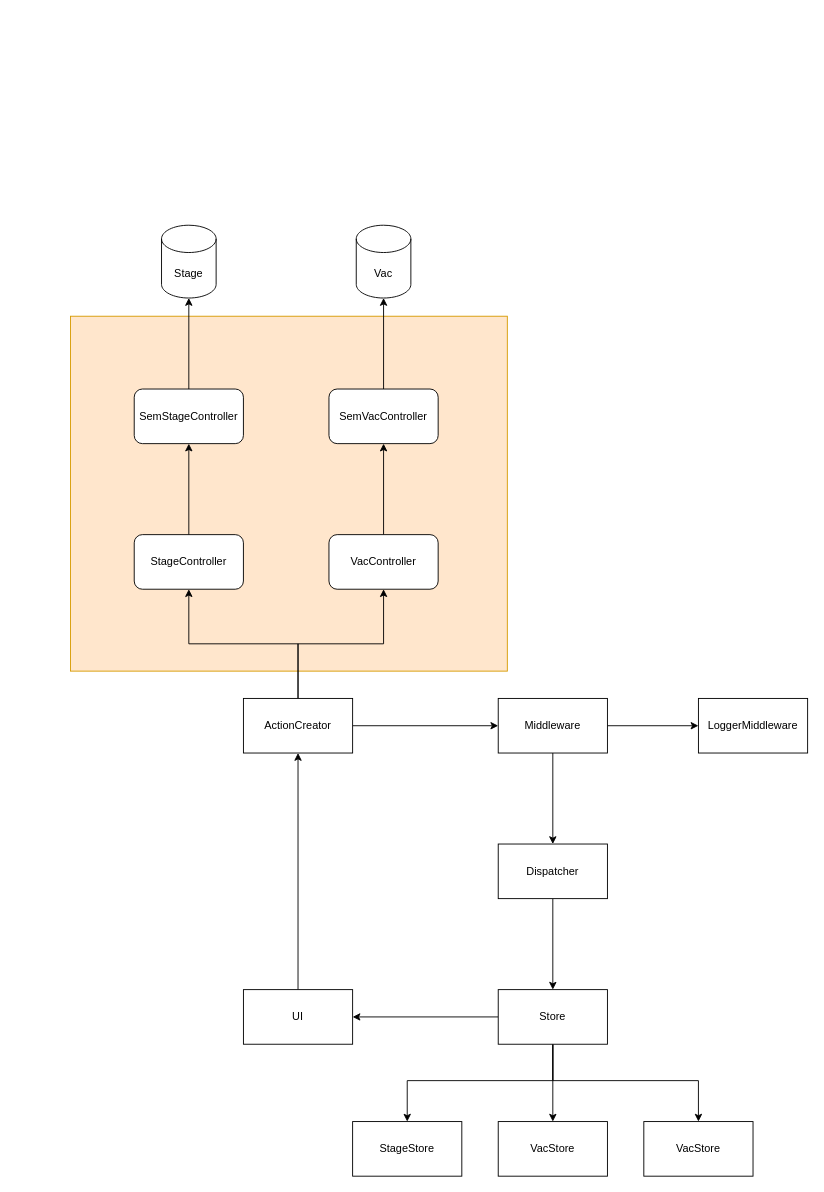
Before: page "Qt Flux" (5 of 5) of 系统结构图.drawio in SolarAA-11/drawio, a draw.io diagram. Source tidied: cells renumbered, new cells numbered last; positions are measured from the earlier drawing's top-left corner, leaving out a move shared by most shapes. Both pictures are drawn from the tidied source at 91%, with x=0, y=0 at pixel (70, 225).
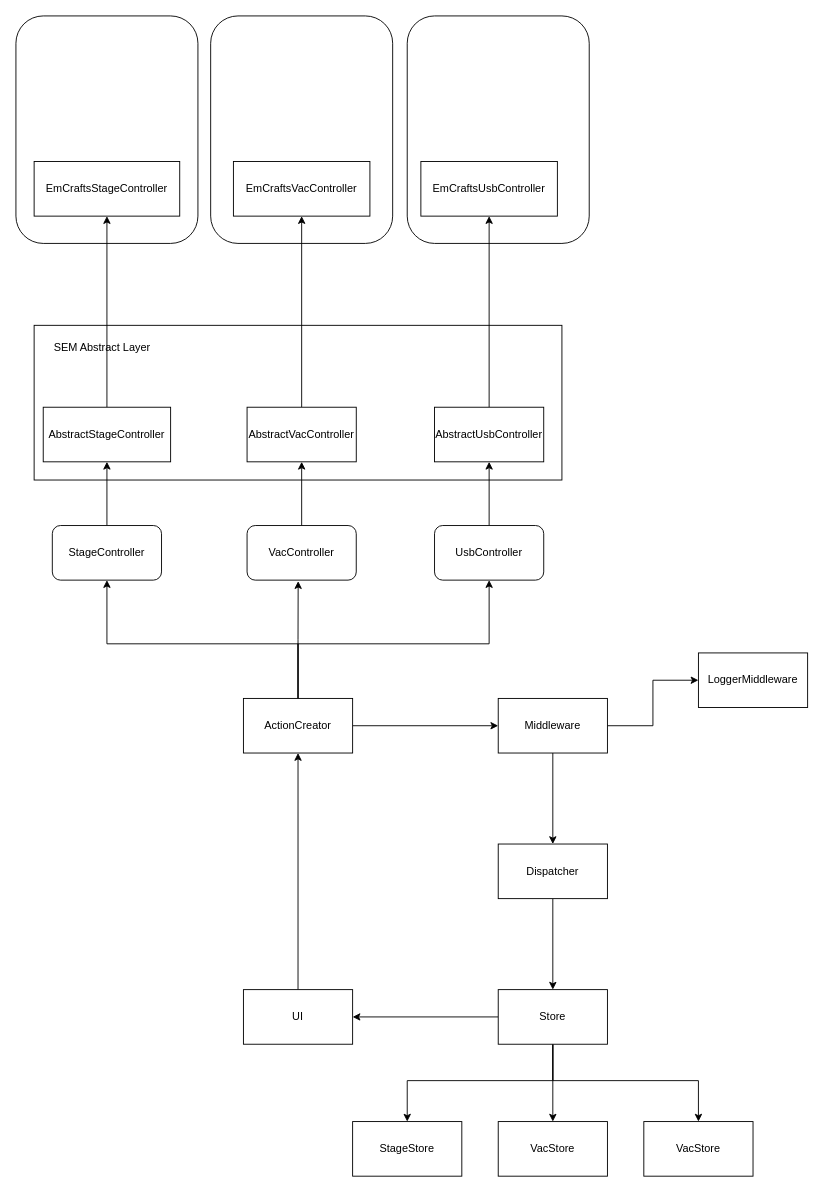
Above is the later version.

Commit message:
更新系统结构图.drawio

Unchanged cells that the change refers to:
```xml
<mxCell id="13" value="ActionCreator" style="rounded=0;whiteSpace=wrap;html=1;" parent="1" vertex="1">
  <mxGeometry x="190" y="520" width="120" height="60" as="geometry" />
</mxCell>
```

Change to the diagram source:
```diff
@@
-    <mxCell id="2" style="rounded=0;whiteSpace=wrap;html=1;fillColor=#ffe6cc;strokeColor=#d79b00;" parent="1" vertex="1">
-      <mxGeometry y="100" width="480" height="390" as="geometry" />
-    </mxCell>
+    <mxCell id="33" style="rounded=1;whiteSpace=wrap;html=1;" parent="1" vertex="1">
+      <mxGeometry x="370" y="-230" width="200" height="250" as="geometry" />
+    </mxCell>
+    <mxCell id="34" style="rounded=1;whiteSpace=wrap;html=1;" parent="1" vertex="1">
+      <mxGeometry x="154" y="-230" width="200" height="250" as="geometry" />
+    </mxCell>
+    <mxCell id="35" style="rounded=1;whiteSpace=wrap;html=1;" parent="1" vertex="1">
+      <mxGeometry x="-60" y="-230" width="200" height="250" as="geometry" />
+    </mxCell>
+    <mxCell id="36" style="rounded=0;whiteSpace=wrap;html=1;" parent="1" vertex="1">
+      <mxGeometry x="-40" y="110" width="580" height="170" as="geometry" />
+    </mxCell>
@@
     <mxCell id="11" style="edgeStyle=orthogonalEdgeStyle;rounded=0;jettySize=auto;html=1;entryX=0.5;entryY=1;entryDx=0;entryDy=0;" parent="1" edge="1" source="13" target="22">
-      <mxGeometry relative="1" as="geometry" />
+      <mxGeometry relative="1" as="geometry">
+        <Array as="points">
+          <mxPoint x="250" y="460" />
+          <mxPoint x="40" y="460" />
+        </Array>
+      </mxGeometry>
     </mxCell>
-    <mxCell id="12" style="edgeStyle=orthogonalEdgeStyle;rounded=0;jettySize=auto;html=1;entryX=0.5;entryY=1;entryDx=0;entryDy=0;" parent="1" edge="1" source="13" target="20">
-      <mxGeometry relative="1" as="geometry" />
-    </mxCell>
+    <mxCell id="37" style="edgeStyle=orthogonalEdgeStyle;rounded=0;jettySize=auto;html=1;entryX=0.5;entryY=1;entryDx=0;entryDy=0;" parent="1" edge="1" source="13" target="41">
+      <mxGeometry relative="1" as="geometry">
+        <Array as="points">
+          <mxPoint x="250" y="460" />
+          <mxPoint x="460" y="460" />
+        </Array>
+      </mxGeometry>
+    </mxCell>
@@
-    <mxCell id="19" style="edgeStyle=orthogonalEdgeStyle;rounded=0;jettySize=auto;html=1;" parent="1" edge="1" source="20" target="24">
-      <mxGeometry relative="1" as="geometry" />
-    </mxCell>
+    <mxCell id="38" style="edgeStyle=orthogonalEdgeStyle;rounded=0;jettySize=auto;html=1;entryX=0.5;entryY=1;entryDx=0;entryDy=0;" parent="1" edge="1" source="20" target="45">
+      <mxGeometry relative="1" as="geometry" />
+    </mxCell>
     <mxCell id="20" value="VacController" style="rounded=1;whiteSpace=wrap;html=1;" parent="1" vertex="1">
-      <mxGeometry x="284" y="340" width="120" height="60" as="geometry" />
+      <mxGeometry x="194" y="330" width="120" height="60" as="geometry" />
     </mxCell>
-    <mxCell id="21" style="edgeStyle=orthogonalEdgeStyle;rounded=0;jettySize=auto;html=1;" parent="1" edge="1" source="22" target="25">
-      <mxGeometry relative="1" as="geometry" />
-    </mxCell>
+    <mxCell id="39" style="edgeStyle=orthogonalEdgeStyle;rounded=0;jettySize=auto;html=1;entryX=0.5;entryY=1;entryDx=0;entryDy=0;" parent="1" edge="1" source="22" target="43">
+      <mxGeometry relative="1" as="geometry" />
+    </mxCell>
     <mxCell id="22" value="StageController" style="rounded=1;whiteSpace=wrap;html=1;" parent="1" vertex="1">
-      <mxGeometry x="70" y="340" width="120" height="60" as="geometry" />
+      <mxGeometry x="-20" y="330" width="120" height="60" as="geometry" />
     </mxCell>
-    <mxCell id="23" style="edgeStyle=orthogonalEdgeStyle;rounded=0;jettySize=auto;html=1;" parent="1" edge="1" source="24" target="26">
-      <mxGeometry relative="1" as="geometry" />
-    </mxCell>
-    <mxCell id="24" value="SemVacController" style="rounded=1;whiteSpace=wrap;html=1;" parent="1" vertex="1">
-      <mxGeometry x="284" y="180" width="120" height="60" as="geometry" />
-    </mxCell>
-    <mxCell id="25" value="SemStageController" style="rounded=1;whiteSpace=wrap;html=1;" parent="1" vertex="1">
-      <mxGeometry x="70" y="180" width="120" height="60" as="geometry" />
-    </mxCell>
-    <mxCell id="26" value="Vac" style="shape=cylinder3;whiteSpace=wrap;html=1;boundedLbl=1;backgroundOutline=1;size=15;" parent="1" vertex="1">
-      <mxGeometry x="314" width="60" height="80" as="geometry" />
-    </mxCell>
-    <mxCell id="27" value="Stage" style="shape=cylinder3;whiteSpace=wrap;html=1;boundedLbl=1;backgroundOutline=1;size=15;" parent="1" vertex="1">
-      <mxGeometry x="100" width="60" height="80" as="geometry" />
-    </mxCell>
@@
     <mxCell id="30" value="LoggerMiddleware" style="rounded=0;whiteSpace=wrap;html=1;" parent="1" vertex="1">
-      <mxGeometry x="690" y="520" width="120" height="60" as="geometry" />
+      <mxGeometry x="690" y="470" width="120" height="60" as="geometry" />
     </mxCell>
-    <mxCell id="31" style="edgeStyle=orthogonalEdgeStyle;rounded=0;jettySize=auto;html=1;entryX=0.5;entryY=1;entryDx=0;entryDy=0;entryPerimeter=0;" parent="1" edge="1" source="25" target="27">
-      <mxGeometry relative="1" as="geometry" />
-    </mxCell>
@@
+    <mxCell id="40" style="edgeStyle=orthogonalEdgeStyle;rounded=0;jettySize=auto;html=1;entryX=0.5;entryY=1;entryDx=0;entryDy=0;" parent="1" edge="1" source="41" target="47">
+      <mxGeometry relative="1" as="geometry" />
+    </mxCell>
+    <mxCell id="41" value="UsbController" style="rounded=1;whiteSpace=wrap;html=1;" parent="1" vertex="1">
+      <mxGeometry x="400" y="330" width="120" height="60" as="geometry" />
+    </mxCell>
+    <mxCell id="12" style="edgeStyle=orthogonalEdgeStyle;rounded=0;jettySize=auto;html=1;entryX=0.468;entryY=1.019;entryDx=0;entryDy=0;entryPerimeter=0;" parent="1" edge="1" source="13" target="20">
+      <mxGeometry relative="1" as="geometry" />
+    </mxCell>
+    <mxCell id="42" style="edgeStyle=orthogonalEdgeStyle;rounded=0;jettySize=auto;html=1;entryX=0.5;entryY=1;entryDx=0;entryDy=0;" parent="1" edge="1" source="43" target="49">
+      <mxGeometry relative="1" as="geometry" />
+    </mxCell>
+    <mxCell id="43" value="AbstractStageController" style="rounded=0;whiteSpace=wrap;html=1;" parent="1" vertex="1">
+      <mxGeometry x="-30" y="200" width="140" height="60" as="geometry" />
+    </mxCell>
+    <mxCell id="44" style="edgeStyle=orthogonalEdgeStyle;rounded=0;jettySize=auto;html=1;entryX=0.5;entryY=1;entryDx=0;entryDy=0;" parent="1" edge="1" source="45" target="50">
+      <mxGeometry relative="1" as="geometry" />
+    </mxCell>
+    <mxCell id="45" value="AbstractVacController" style="rounded=0;whiteSpace=wrap;html=1;" parent="1" vertex="1">
+      <mxGeometry x="194" y="200" width="120" height="60" as="geometry" />
+    </mxCell>
+    <mxCell id="46" style="edgeStyle=orthogonalEdgeStyle;rounded=0;jettySize=auto;html=1;entryX=0.5;entryY=1;entryDx=0;entryDy=0;" parent="1" edge="1" source="47" target="51">
+      <mxGeometry relative="1" as="geometry" />
+    </mxCell>
+    <mxCell id="47" value="AbstractUsbController" style="rounded=0;whiteSpace=wrap;html=1;" parent="1" vertex="1">
+      <mxGeometry x="400" y="200" width="120" height="60" as="geometry" />
+    </mxCell>
+    <mxCell id="48" value="SEM Abstract Layer" style="text;html=1;strokeColor=none;fillColor=none;align=center;verticalAlign=middle;whiteSpace=wrap;rounded=0;" parent="1" vertex="1">
+      <mxGeometry x="-20" y="120" width="110" height="30" as="geometry" />
+    </mxCell>
+    <mxCell id="49" value="EmCraftsStageController" style="rounded=0;whiteSpace=wrap;html=1;" parent="1" vertex="1">
+      <mxGeometry x="-40" y="-70" width="160" height="60" as="geometry" />
+    </mxCell>
+    <mxCell id="50" value="EmCraftsVacController" style="rounded=0;whiteSpace=wrap;html=1;" parent="1" vertex="1">
+      <mxGeometry x="179" y="-70" width="150" height="60" as="geometry" />
+    </mxCell>
+    <mxCell id="51" value="EmCraftsUsbController" style="rounded=0;whiteSpace=wrap;html=1;" parent="1" vertex="1">
+      <mxGeometry x="385" y="-70" width="150" height="60" as="geometry" />
+    </mxCell>
```
